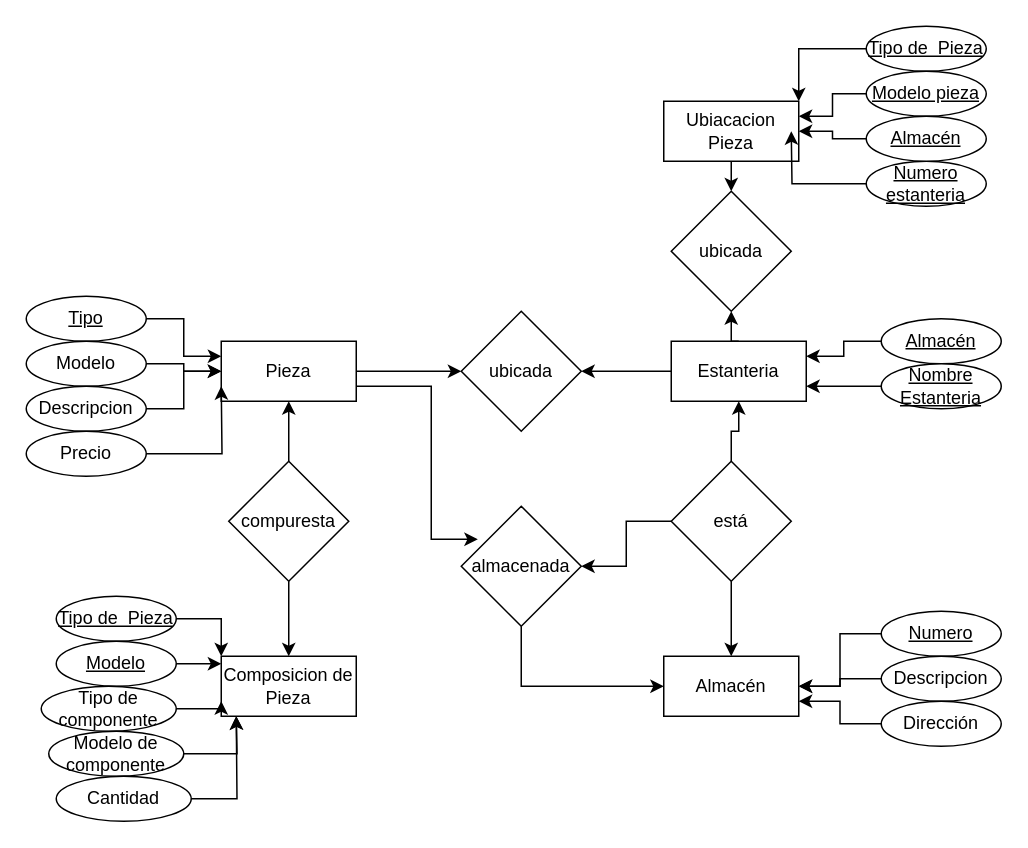
Above: ej5.drawio in adriii28/amr-tsys-C3U12-11102023 (draw.io), before the change. Source tidied: cells renumbered, new cells numbered last; positions are measured from the earlier drawing's top-left corner, leaving out a move shared by most shapes. Both pictures are drawn from the tidied source at 150%, with x=0, y=0 at pixel (26, 26).
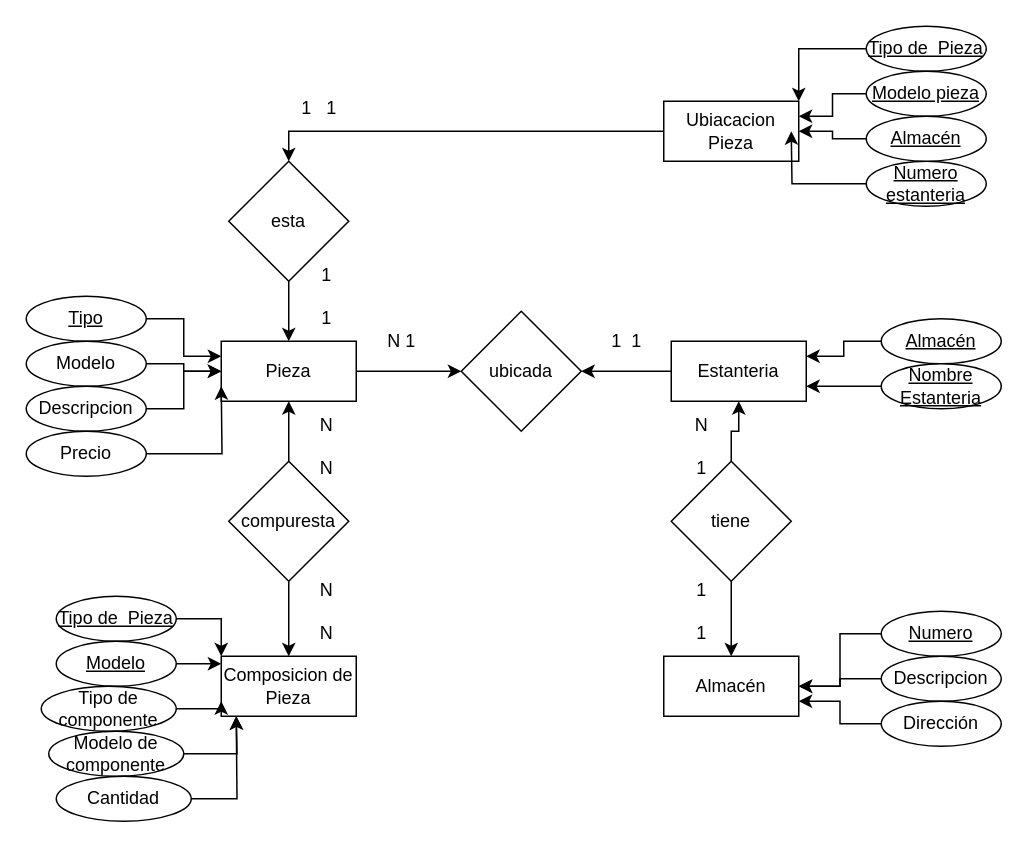
The same diagram, later.

The change refers to these unchanged cells:
```xml
<mxCell id="3" value="Pieza" style="rounded=0;whiteSpace=wrap;html=1;" parent="1" vertex="1">
  <mxGeometry x="130" y="210" width="90" height="40" as="geometry" />
</mxCell>
<mxCell id="5" value="Almacén" style="rounded=0;whiteSpace=wrap;html=1;" parent="1" vertex="1">
  <mxGeometry x="425" y="420" width="90" height="40" as="geometry" />
</mxCell>
<mxCell id="8" value="Estanteria" style="rounded=0;whiteSpace=wrap;html=1;" parent="1" vertex="1">
  <mxGeometry x="430" y="210" width="90" height="40" as="geometry" />
</mxCell>
<mxCell id="10" value="Ubiacacion Pieza" style="rounded=0;whiteSpace=wrap;html=1;" parent="1" vertex="1">
  <mxGeometry x="425" y="50" width="90" height="40" as="geometry" />
</mxCell>
```

What changed in the source:
```diff
@@
-    <mxCell id="7" style="edgeStyle=orthogonalEdgeStyle;rounded=0;jettySize=auto;html=1;exitX=0.5;exitY=0;exitDx=0;exitDy=0;entryX=0.5;entryY=1;entryDx=0;entryDy=0;" parent="1" edge="1" source="8" target="58">
-      <mxGeometry relative="1" as="geometry" />
-    </mxCell>
@@
-    <mxCell id="9" style="edgeStyle=orthogonalEdgeStyle;rounded=0;jettySize=auto;html=1;exitX=0.5;exitY=1;exitDx=0;exitDy=0;entryX=0.5;entryY=0;entryDx=0;entryDy=0;" parent="1" edge="1" source="10" target="58">
+    <mxCell id="9" style="edgeStyle=orthogonalEdgeStyle;rounded=0;jettySize=auto;html=1;exitX=0;exitY=0.5;exitDx=0;exitDy=0;entryX=0.5;entryY=0;entryDx=0;entryDy=0;" parent="1" edge="1" source="10" target="58">
       <mxGeometry relative="1" as="geometry" />
     </mxCell>
@@
-    <mxCell id="17" style="edgeStyle=orthogonalEdgeStyle;rounded=0;jettySize=auto;html=1;" parent="1" edge="1" source="18" target="56">
-      <mxGeometry relative="1" as="geometry" />
-    </mxCell>
-    <mxCell id="18" value="está" style="rhombus;whiteSpace=wrap;html=1;" parent="1" vertex="1">
+    <mxCell id="18" value="tiene" style="rhombus;whiteSpace=wrap;html=1;" parent="1" vertex="1">
       <mxGeometry x="430" y="290" width="80" height="80" as="geometry" />
     </mxCell>
@@
-    <mxCell id="55" style="edgeStyle=orthogonalEdgeStyle;rounded=0;jettySize=auto;html=1;exitX=0.5;exitY=1;exitDx=0;exitDy=0;entryX=0;entryY=0.5;entryDx=0;entryDy=0;" parent="1" edge="1" source="56" target="5">
-      <mxGeometry relative="1" as="geometry" />
-    </mxCell>
-    <mxCell id="56" value="almacenada" style="rhombus;whiteSpace=wrap;html=1;" parent="1" vertex="1">
-      <mxGeometry x="290" y="320" width="80" height="80" as="geometry" />
-    </mxCell>
-    <mxCell id="57" style="edgeStyle=orthogonalEdgeStyle;rounded=0;jettySize=auto;html=1;exitX=1;exitY=0.75;exitDx=0;exitDy=0;entryX=0.138;entryY=0.275;entryDx=0;entryDy=0;entryPerimeter=0;" parent="1" edge="1" source="3" target="56">
-      <mxGeometry relative="1" as="geometry">
-        <Array as="points">
-          <mxPoint x="270" y="240" />
-          <mxPoint x="270" y="342" />
-        </Array>
-      </mxGeometry>
-    </mxCell>
+    <mxCell id="59" style="edgeStyle=orthogonalEdgeStyle;rounded=0;jettySize=auto;html=1;entryX=0.5;entryY=0;entryDx=0;entryDy=0;" parent="1" edge="1" source="58" target="3">
+      <mxGeometry relative="1" as="geometry" />
+    </mxCell>
-    <mxCell id="58" value="ubicada" style="rhombus;whiteSpace=wrap;html=1;" parent="1" vertex="1">
-      <mxGeometry x="430" y="110" width="80" height="80" as="geometry" />
+    <mxCell id="58" value="esta" style="rhombus;whiteSpace=wrap;html=1;" parent="1" vertex="1">
+      <mxGeometry x="135" y="90" width="80" height="80" as="geometry" />
     </mxCell>
+    <mxCell id="60" value="1&amp;nbsp; 1" style="text;html=1;align=center;verticalAlign=middle;strokeColor=none;fillColor=none;" parent="1" vertex="1">
+      <mxGeometry x="380" y="195" width="40" height="30" as="geometry" />
+    </mxCell>
+    <mxCell id="61" value="N 1" style="text;html=1;align=center;verticalAlign=middle;strokeColor=none;fillColor=none;" parent="1" vertex="1">
+      <mxGeometry x="230" y="195" width="40" height="30" as="geometry" />
+    </mxCell>
+    <mxCell id="62" value="1&lt;br&gt;&lt;br&gt;1" style="text;html=1;align=center;verticalAlign=middle;strokeColor=none;fillColor=none;" parent="1" vertex="1">
+      <mxGeometry x="435" y="360" width="30" height="60" as="geometry" />
+    </mxCell>
+    <mxCell id="63" value="N&lt;br&gt;&lt;br&gt;1" style="text;html=1;align=center;verticalAlign=middle;strokeColor=none;fillColor=none;" parent="1" vertex="1">
+      <mxGeometry x="435" y="250" width="30" height="60" as="geometry" />
+    </mxCell>
+    <mxCell id="64" value="N&lt;br&gt;&lt;br&gt;N" style="text;html=1;align=center;verticalAlign=middle;strokeColor=none;fillColor=none;" parent="1" vertex="1">
+      <mxGeometry x="185" y="360" width="30" height="60" as="geometry" />
+    </mxCell>
+    <mxCell id="65" value="N&lt;br&gt;&lt;br&gt;N" style="text;html=1;align=center;verticalAlign=middle;strokeColor=none;fillColor=none;" parent="1" vertex="1">
+      <mxGeometry x="185" y="250" width="30" height="60" as="geometry" />
+    </mxCell>
+    <mxCell id="66" value="&lt;div&gt;1&lt;/div&gt;&lt;div&gt;&lt;br&gt;&lt;/div&gt;&lt;div&gt;1&lt;br&gt;&lt;/div&gt;" style="text;html=1;align=center;verticalAlign=middle;strokeColor=none;fillColor=none;" parent="1" vertex="1">
+      <mxGeometry x="185" y="150" width="30" height="60" as="geometry" />
+    </mxCell>
+    <mxCell id="67" value="1&amp;nbsp;&amp;nbsp; 1" style="text;html=1;align=center;verticalAlign=middle;strokeColor=none;fillColor=none;" parent="1" vertex="1">
+      <mxGeometry x="170" y="40" width="50" height="30" as="geometry" />
+    </mxCell>
```
